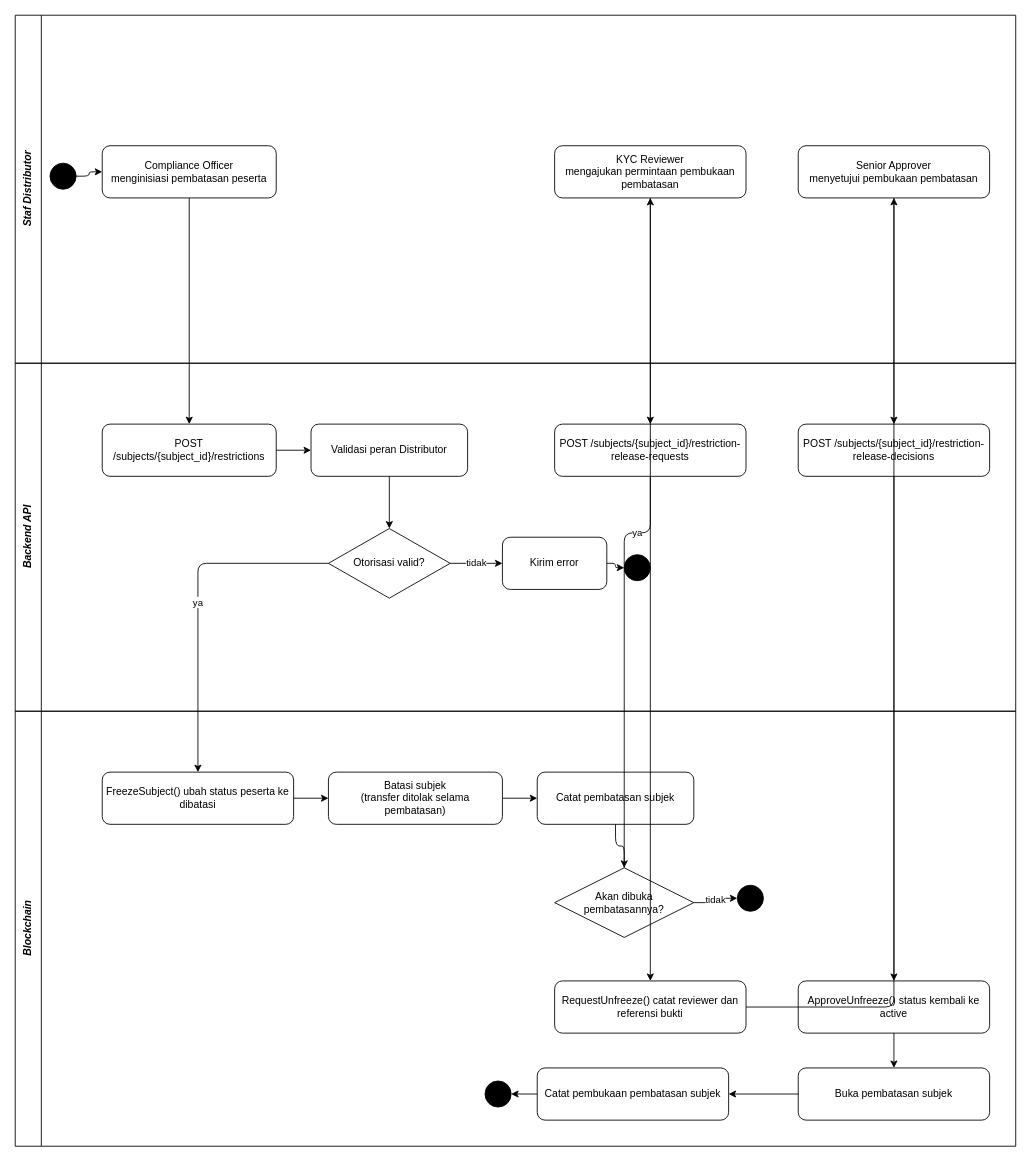
The draw.io diagram bi-coin-fabric/docs/diagrams/activity/AD08-Pembekuan-Peserta.drawio in mfachrizalg/bi-coin, before the edit. Source tidied: cells renumbered, new cells numbered last; positions are measured from the earlier drawing's top-left corner, leaving out a move shared by most shapes. Both pictures are drawn from the tidied source at 87%, with x=0, y=0 at pixel (15, 15).
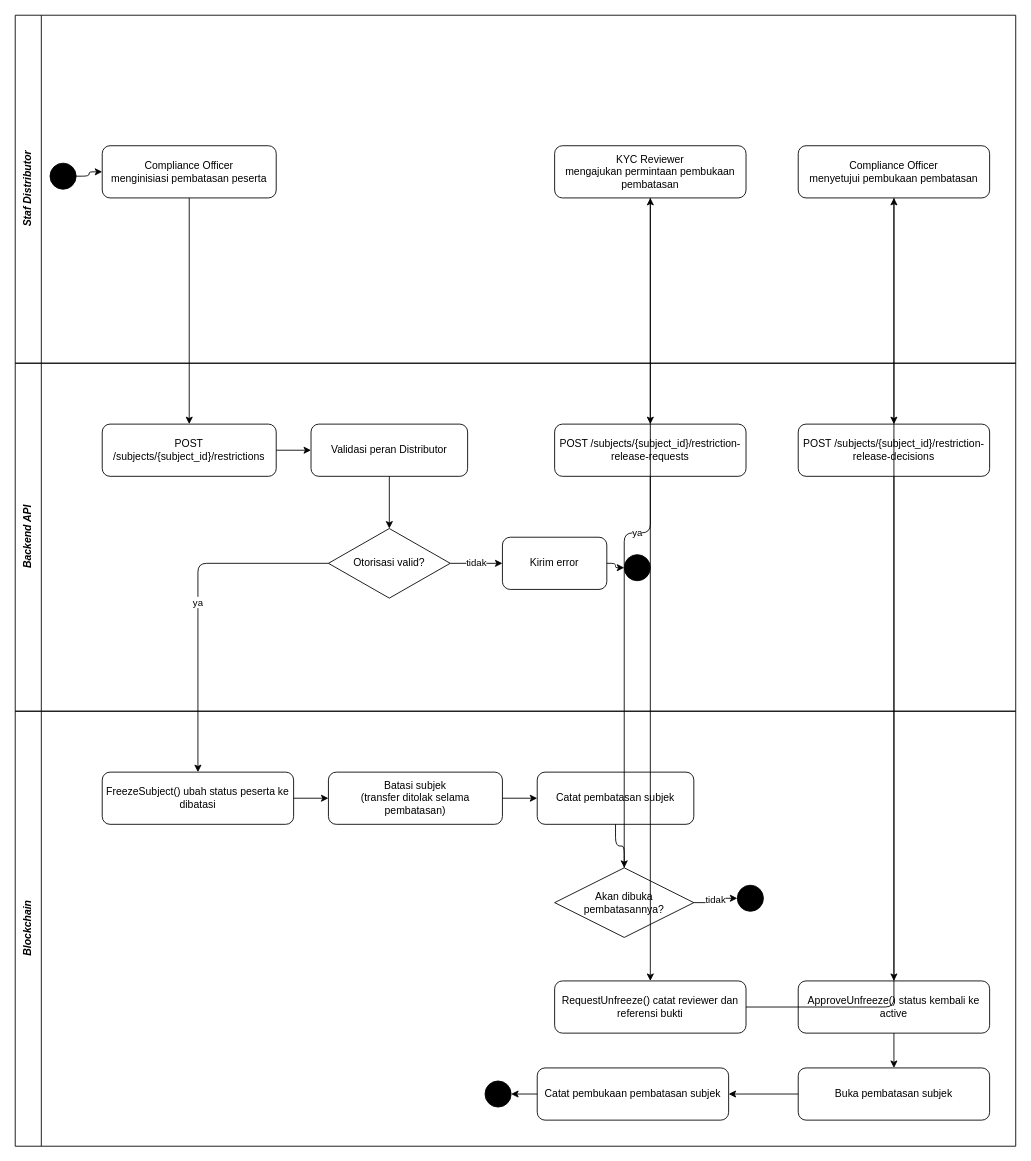
After the change.

The change refers to these unchanged cells:
```xml
<mxCell id="2" value="&lt;i&gt;&lt;b&gt;Staf Distributor&lt;/b&gt;&lt;/i&gt;" style="swimlane;horizontal=0;startSize=30;fillColor=none;strokeColor=#000000;fontStyle=3;html=1;" parent="1" vertex="1">
  <mxGeometry width="1150" height="400" as="geometry" />
</mxCell>
```

Diff of the diagram source:
```diff
@@
-    <mxCell id="8" value="Senior Approver&lt;br&gt;menyetujui pembukaan pembatasan" style="rounded=1;fillColor=#ffffff;strokeColor=#000000;whiteSpace=wrap;html=1;" parent="2" vertex="1">
+    <mxCell id="8" value="Compliance Officer&lt;br&gt;menyetujui pembukaan pembatasan" style="rounded=1;fillColor=#ffffff;strokeColor=#000000;whiteSpace=wrap;html=1;" parent="2" vertex="1">
       <mxGeometry x="900" y="150" width="220" height="60" as="geometry" />
     </mxCell>
```
